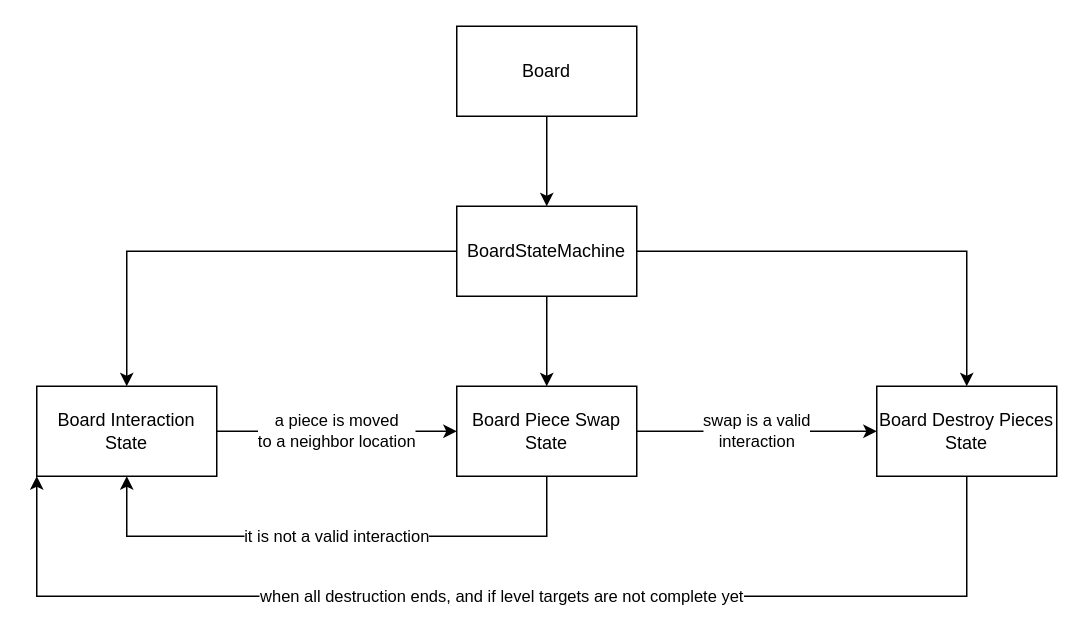
gunesgumus/my_match_three keeps this draw.io diagram as MyMatchThree/Diagrams/BoardStates.drawio. Above is the earlier version. Source tidied: cells renumbered, new cells numbered last; positions are measured from the earlier drawing's top-left corner, leaving out a move shared by most shapes. Both pictures are drawn from the tidied source at 150%, with x=0, y=0 at pixel (36, 26).
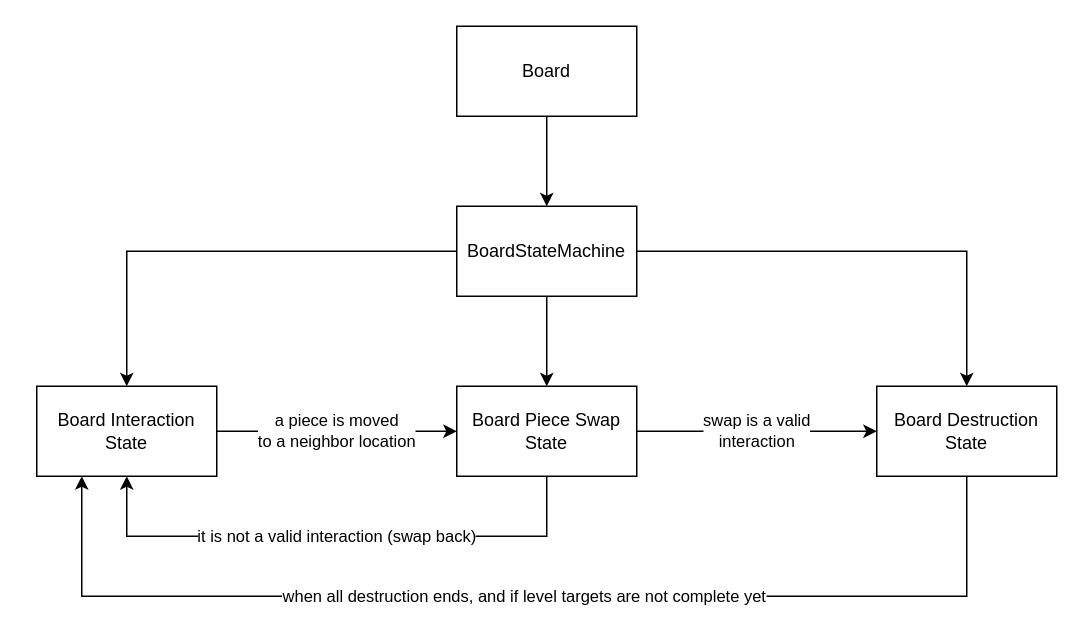
Above is the later version.

Diff of the diagram source:
```diff
@@
 <mxGraphModel>
   <root>
     <mxCell id="0" />
     <mxCell id="1" parent="0" />
     <mxCell id="2" value="a piece is moved&lt;div&gt;to a neighbor location&lt;/div&gt;" style="edgeStyle=orthogonalEdgeStyle;rounded=0;jettySize=auto;html=1;" parent="1" edge="1" source="3" target="6">
       <mxGeometry relative="1" as="geometry" />
     </mxCell>
     <mxCell id="3" value="Board Interaction State" style="whiteSpace=wrap;html=1;" parent="1" vertex="1">
       <mxGeometry y="240" width="120" height="60" as="geometry" />
     </mxCell>
     <mxCell id="4" value="swap is a valid&lt;div&gt;interaction&lt;/div&gt;" style="edgeStyle=orthogonalEdgeStyle;rounded=0;jettySize=auto;html=1;" parent="1" edge="1" source="6" target="8">
       <mxGeometry relative="1" as="geometry" />
     </mxCell>
-    <mxCell id="5" value="it is not a valid interaction" style="edgeStyle=orthogonalEdgeStyle;rounded=0;jettySize=auto;html=1;entryX=0.5;entryY=1;entryDx=0;entryDy=0;exitX=0.5;exitY=1;exitDx=0;exitDy=0;" parent="1" edge="1" source="6" target="3">
+    <mxCell id="5" value="it is not a valid interaction (swap back)" style="edgeStyle=orthogonalEdgeStyle;rounded=0;jettySize=auto;html=1;entryX=0.5;entryY=1;entryDx=0;entryDy=0;exitX=0.5;exitY=1;exitDx=0;exitDy=0;" parent="1" edge="1" source="6" target="3">
       <mxGeometry relative="1" as="geometry">
         <Array as="points">
           <mxPoint x="340" y="340" />
           <mxPoint x="60" y="340" />
         </Array>
       </mxGeometry>
     </mxCell>
     <mxCell id="6" value="Board Piece Swap State" style="whiteSpace=wrap;html=1;" parent="1" vertex="1">
       <mxGeometry x="280" y="240" width="120" height="60" as="geometry" />
     </mxCell>
-    <mxCell id="7" value="when all destruction ends, and if level targets are not complete yet" style="edgeStyle=orthogonalEdgeStyle;rounded=0;jettySize=auto;html=1;exitX=0.5;exitY=1;exitDx=0;exitDy=0;entryX=0;entryY=1;entryDx=0;entryDy=0;" parent="1" edge="1" source="8" target="3">
+    <mxCell id="7" value="when all destruction ends, and if level targets are not complete yet" style="edgeStyle=orthogonalEdgeStyle;rounded=0;jettySize=auto;html=1;exitX=0.5;exitY=1;exitDx=0;exitDy=0;entryX=0.25;entryY=1;entryDx=0;entryDy=0;" parent="1" edge="1" source="8" target="3">
       <mxGeometry relative="1" as="geometry">
         <Array as="points">
           <mxPoint x="620" y="380" />
-          <mxPoint y="380" />
+          <mxPoint x="30" y="380" />
         </Array>
       </mxGeometry>
     </mxCell>
-    <mxCell id="8" value="Board Destroy Pieces State" style="whiteSpace=wrap;html=1;" parent="1" vertex="1">
+    <mxCell id="8" value="Board Destruction State" style="whiteSpace=wrap;html=1;" parent="1" vertex="1">
       <mxGeometry x="560" y="240" width="120" height="60" as="geometry" />
     </mxCell>
     <mxCell id="9" style="edgeStyle=orthogonalEdgeStyle;rounded=0;jettySize=auto;html=1;" parent="1" edge="1" source="10" target="14">
       <mxGeometry relative="1" as="geometry" />
     </mxCell>
     <mxCell id="10" value="Board" style="whiteSpace=wrap;html=1;" parent="1" vertex="1">
       <mxGeometry x="280" width="120" height="60" as="geometry" />
     </mxCell>
     <mxCell id="11" style="edgeStyle=orthogonalEdgeStyle;rounded=0;jettySize=auto;html=1;" parent="1" edge="1" source="14" target="3">
       <mxGeometry relative="1" as="geometry" />
     </mxCell>
     <mxCell id="12" style="edgeStyle=orthogonalEdgeStyle;rounded=0;jettySize=auto;html=1;" parent="1" edge="1" source="14" target="6">
       <mxGeometry relative="1" as="geometry" />
     </mxCell>
     <mxCell id="13" style="edgeStyle=orthogonalEdgeStyle;rounded=0;jettySize=auto;html=1;" parent="1" edge="1" source="14" target="8">
       <mxGeometry relative="1" as="geometry" />
     </mxCell>
     <mxCell id="14" value="BoardStateMachine" style="whiteSpace=wrap;html=1;" parent="1" vertex="1">
       <mxGeometry x="280" y="120" width="120" height="60" as="geometry" />
     </mxCell>
   </root>
 </mxGraphModel>
```
